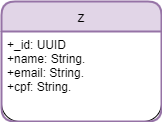
This is entity-user.png from Luizbrandt/vue-users-crud-frontend, a draw.io export, as it was before one commit. Source tidied: cells renumbered, new cells last; positions are measured from the earlier drawing's top-left corner, leaving out a move shared by most shapes. Source of this version:
```xml
<mxGraphModel>
  <root>
    <mxCell id="0" />
    <mxCell id="1" parent="0" />
    <mxCell id="2" style="rounded=1;whiteSpace=wrap;html=1;" parent="1" vertex="1">
      <mxGeometry width="160" height="120" as="geometry" />
    </mxCell>
    <mxCell id="3" value="z" style="swimlane;horizontal=1;startSize=30;rounded=1;fontSize=14;fontStyle=0;strokeWidth=2;shadow=0;dashed=0;align=center;fillColor=#e1d5e7;strokeColor=#9673a6;" parent="1" vertex="1">
      <mxGeometry width="160" height="120" as="geometry" />
    </mxCell>
    <mxCell id="4" value="+_id: UUID&#10;+name: String.&#10;+email: String.&#10;+cpf: String." style="align=left;strokeColor=none;fillColor=none;spacingLeft=4;fontSize=12;verticalAlign=top;" parent="3" vertex="1">
      <mxGeometry y="30" width="160" height="90" as="geometry" />
    </mxCell>
  </root>
</mxGraphModel>
```
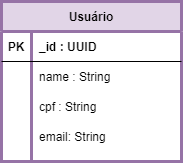
After the change.

Change to the diagram source:
```diff
@@ -2,14 +2,44 @@
   <root>
     <mxCell id="0" />
     <mxCell id="1" parent="0" />
-    <mxCell id="2" style="rounded=1;whiteSpace=wrap;html=1;" parent="1" vertex="1">
-      <mxGeometry width="160" height="120" as="geometry" />
-    </mxCell>
-    <mxCell id="3" value="z" style="swimlane;horizontal=1;startSize=30;rounded=1;fontSize=14;fontStyle=0;strokeWidth=2;shadow=0;dashed=0;align=center;fillColor=#e1d5e7;strokeColor=#9673a6;" parent="1" vertex="1">
-      <mxGeometry width="160" height="120" as="geometry" />
-    </mxCell>
-    <mxCell id="4" value="+_id: UUID&#10;+name: String.&#10;+email: String.&#10;+cpf: String." style="align=left;strokeColor=none;fillColor=none;spacingLeft=4;fontSize=12;verticalAlign=top;" parent="3" vertex="1">
-      <mxGeometry y="30" width="160" height="90" as="geometry" />
-    </mxCell>
+    <mxCell id="5" value="Usuário" style="shape=table;startSize=30;rowLines=0;fontStyle=1;align=center;fillColor=#e1d5e7;strokeColor=#9673a6;strokeWidth=3;" parent="1" vertex="1">
+      <mxGeometry x="-120" y="-120" width="180" height="160" as="geometry" />
+    </mxCell>
+    <mxCell id="6" style="shape=partialRectangle;fillColor=none;top=0;left=0;bottom=1;right=0;" parent="5" vertex="1">
+      <mxGeometry y="30" width="180" height="30" as="geometry" />
+    </mxCell>
+    <mxCell id="7" value="PK" style="shape=partialRectangle;fillColor=none;top=0;left=0;bottom=0;right=0;fontStyle=1;overflow=hidden;" parent="6" vertex="1">
+      <mxGeometry width="30" height="30" as="geometry" />
+    </mxCell>
+    <mxCell id="8" value="_id : UUID" style="shape=partialRectangle;fillColor=none;top=0;left=0;bottom=0;right=0;align=left;spacingLeft=6;fontStyle=1;overflow=hidden;" parent="6" vertex="1">
+      <mxGeometry x="30" width="150" height="30" as="geometry" />
+    </mxCell>
+    <mxCell id="9" style="shape=partialRectangle;fillColor=none;top=0;left=0;bottom=0;right=0;" parent="5" vertex="1">
+      <mxGeometry y="60" width="180" height="30" as="geometry" />
+    </mxCell>
+    <mxCell id="10" style="shape=partialRectangle;fillColor=none;top=0;left=0;bottom=0;right=0;overflow=hidden;" parent="9" vertex="1">
+      <mxGeometry width="30" height="30" as="geometry" />
+    </mxCell>
+    <mxCell id="11" value="name : String" style="shape=partialRectangle;fillColor=none;top=0;left=0;bottom=0;right=0;align=left;spacingLeft=6;overflow=hidden;" parent="9" vertex="1">
+      <mxGeometry x="30" width="150" height="30" as="geometry" />
+    </mxCell>
+    <mxCell id="12" style="shape=partialRectangle;fillColor=none;top=0;left=0;bottom=0;right=0;" parent="5" vertex="1">
+      <mxGeometry y="90" width="180" height="30" as="geometry" />
+    </mxCell>
+    <mxCell id="13" style="shape=partialRectangle;fillColor=none;top=0;left=0;bottom=0;right=0;overflow=hidden;" parent="12" vertex="1">
+      <mxGeometry width="30" height="30" as="geometry" />
+    </mxCell>
+    <mxCell id="14" value="cpf : String" style="shape=partialRectangle;fillColor=none;top=0;left=0;bottom=0;right=0;align=left;spacingLeft=6;overflow=hidden;" parent="12" vertex="1">
+      <mxGeometry x="30" width="150" height="30" as="geometry" />
+    </mxCell>
+    <mxCell id="15" style="shape=partialRectangle;fillColor=none;top=0;left=0;bottom=0;right=0;" parent="5" vertex="1">
+      <mxGeometry y="120" width="180" height="30" as="geometry" />
+    </mxCell>
+    <mxCell id="16" style="shape=partialRectangle;fillColor=none;top=0;left=0;bottom=0;right=0;overflow=hidden;" parent="15" vertex="1">
+      <mxGeometry width="30" height="30" as="geometry" />
+    </mxCell>
+    <mxCell id="17" value="email: String" style="shape=partialRectangle;fillColor=none;top=0;left=0;bottom=0;right=0;align=left;spacingLeft=6;overflow=hidden;" parent="15" vertex="1">
+      <mxGeometry x="30" width="150" height="30" as="geometry" />
+    </mxCell>
   </root>
 </mxGraphModel>
```
